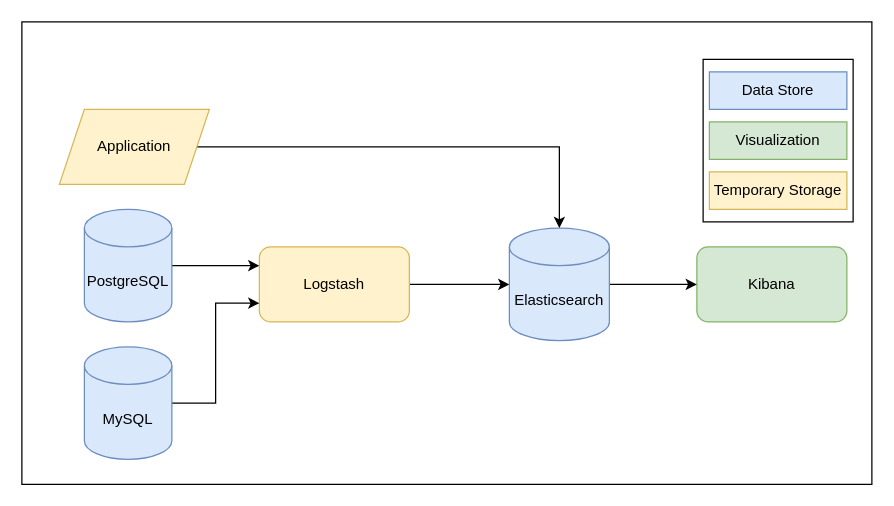
Above: page "Seite-1" (1 of 2) of doc/figures/searchengine_architecture.drawio in PanzerknackerR/elasticsearch_multisouce_searchengine (draw.io), before the change. Source tidied: cells renumbered, new cells numbered last; positions are measured from the earlier drawing's top-left corner, leaving out a move shared by most shapes. Both pictures are drawn from the tidied source at 125%, with x=0, y=0 at pixel (21, 21).
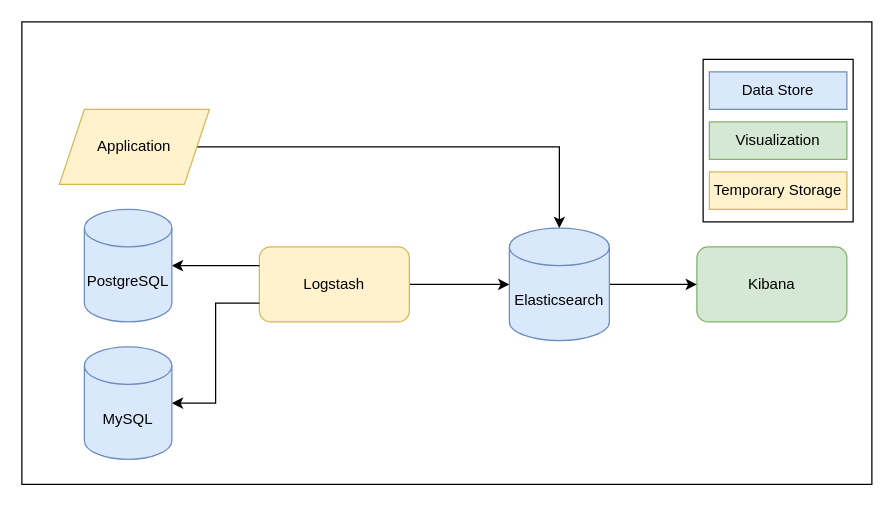
The same page after the edit.

The edit, as a diff of the source:
```diff
@@
 <mxGraphModel>
   <root>
     <mxCell id="0" />
     <mxCell id="1" parent="0" />
     <mxCell id="2" style="rounded=0;whiteSpace=wrap;html=1;" parent="1" vertex="1">
       <mxGeometry width="680" height="370" as="geometry" />
     </mxCell>
     <mxCell id="3" style="rounded=0;whiteSpace=wrap;html=1;" parent="1" vertex="1">
       <mxGeometry x="545" y="30" width="120" height="130" as="geometry" />
     </mxCell>
     <mxCell id="4" value="Kibana" style="rounded=1;whiteSpace=wrap;html=1;fillColor=#d5e8d4;strokeColor=#82b366;" parent="1" vertex="1">
       <mxGeometry x="540" y="180" width="120" height="60" as="geometry" />
     </mxCell>
     <mxCell id="5" style="edgeStyle=orthogonalEdgeStyle;rounded=0;jettySize=auto;html=1;exitX=1;exitY=0.5;exitDx=0;exitDy=0;exitPerimeter=0;entryX=0;entryY=0.5;entryDx=0;entryDy=0;" parent="1" edge="1" source="6" target="4">
       <mxGeometry relative="1" as="geometry" />
     </mxCell>
     <mxCell id="6" value="Elasticsearch" style="shape=cylinder3;whiteSpace=wrap;html=1;boundedLbl=1;backgroundOutline=1;size=15;fillColor=#dae8fc;strokeColor=#6c8ebf;" parent="1" vertex="1">
       <mxGeometry x="390" y="165" width="80" height="90" as="geometry" />
     </mxCell>
     <mxCell id="7" style="edgeStyle=orthogonalEdgeStyle;rounded=0;jettySize=auto;html=1;exitX=1;exitY=0.5;exitDx=0;exitDy=0;entryX=0;entryY=0.5;entryDx=0;entryDy=0;entryPerimeter=0;" parent="1" edge="1" source="8" target="6">
       <mxGeometry relative="1" as="geometry" />
     </mxCell>
     <mxCell id="8" value="Logstash" style="rounded=1;whiteSpace=wrap;html=1;fillColor=#fff2cc;strokeColor=#d6b656;" parent="1" vertex="1">
       <mxGeometry x="190" y="180" width="120" height="60" as="geometry" />
     </mxCell>
-    <mxCell id="9" style="edgeStyle=orthogonalEdgeStyle;rounded=0;jettySize=auto;html=1;exitX=1;exitY=0.5;exitDx=0;exitDy=0;exitPerimeter=0;entryX=0;entryY=0.25;entryDx=0;entryDy=0;" parent="1" edge="1" source="10" target="8">
+    <mxCell id="9" style="edgeStyle=orthogonalEdgeStyle;rounded=0;jettySize=auto;html=1;exitX=1;exitY=0.5;exitDx=0;exitDy=0;exitPerimeter=0;entryX=0;entryY=0.25;entryDx=0;entryDy=0;startArrow=classic;startFill=1;endArrow=none;endFill=0;" parent="1" edge="1" source="10" target="8">
       <mxGeometry relative="1" as="geometry" />
     </mxCell>
     <mxCell id="10" value="PostgreSQL" style="shape=cylinder3;whiteSpace=wrap;html=1;boundedLbl=1;backgroundOutline=1;size=15;fillColor=#dae8fc;strokeColor=#6c8ebf;" parent="1" vertex="1">
       <mxGeometry x="50" y="150" width="70" height="90" as="geometry" />
     </mxCell>
-    <mxCell id="11" style="edgeStyle=orthogonalEdgeStyle;rounded=0;jettySize=auto;html=1;exitX=1;exitY=0.5;exitDx=0;exitDy=0;exitPerimeter=0;entryX=0;entryY=0.75;entryDx=0;entryDy=0;" parent="1" edge="1" source="12" target="8">
+    <mxCell id="11" style="edgeStyle=orthogonalEdgeStyle;rounded=0;jettySize=auto;html=1;exitX=1;exitY=0.5;exitDx=0;exitDy=0;exitPerimeter=0;entryX=0;entryY=0.75;entryDx=0;entryDy=0;startArrow=classic;startFill=1;endArrow=none;endFill=0;" parent="1" edge="1" source="12" target="8">
       <mxGeometry relative="1" as="geometry" />
     </mxCell>
     <mxCell id="12" value="MySQL" style="shape=cylinder3;whiteSpace=wrap;html=1;boundedLbl=1;backgroundOutline=1;size=15;fillColor=#dae8fc;strokeColor=#6c8ebf;" parent="1" vertex="1">
       <mxGeometry x="50" y="260" width="70" height="90" as="geometry" />
     </mxCell>
     <mxCell id="13" style="edgeStyle=orthogonalEdgeStyle;rounded=0;jettySize=auto;html=1;exitX=1;exitY=0.5;exitDx=0;exitDy=0;entryX=0.5;entryY=0;entryDx=0;entryDy=0;entryPerimeter=0;" parent="1" edge="1" source="14" target="6">
       <mxGeometry relative="1" as="geometry" />
     </mxCell>
     <mxCell id="14" value="Application" style="shape=parallelogram;perimeter=parallelogramPerimeter;whiteSpace=wrap;html=1;fixedSize=1;fillColor=#fff2cc;strokeColor=#d6b656;" parent="1" vertex="1">
       <mxGeometry x="30" y="70" width="120" height="60" as="geometry" />
     </mxCell>
     <mxCell id="15" value="Data Store" style="rounded=0;whiteSpace=wrap;html=1;fillColor=#dae8fc;strokeColor=#6c8ebf;" parent="1" vertex="1">
       <mxGeometry x="550" y="40" width="110" height="30" as="geometry" />
     </mxCell>
     <mxCell id="16" value="Visualization" style="rounded=0;whiteSpace=wrap;html=1;fillColor=#d5e8d4;strokeColor=#82b366;" parent="1" vertex="1">
       <mxGeometry x="550" y="80" width="110" height="30" as="geometry" />
     </mxCell>
     <mxCell id="17" value="Temporary Storage" style="rounded=0;whiteSpace=wrap;html=1;fillColor=#fff2cc;strokeColor=#d6b656;" parent="1" vertex="1">
       <mxGeometry x="550" y="120" width="110" height="30" as="geometry" />
     </mxCell>
   </root>
 </mxGraphModel>
```
